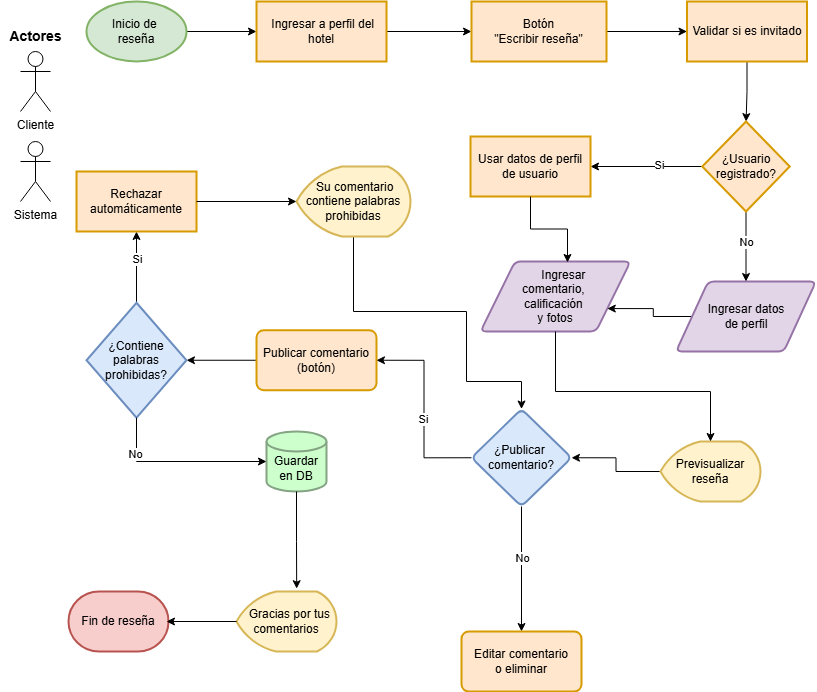
Before: Flujograma de reseñas.png, a diagram exported from draw.io (DjGuetta/App-Hotel-Management). Source tidied: cells renumbered, new cells last; positions are measured from the earlier drawing's top-left corner, leaving out a move shared by most shapes.
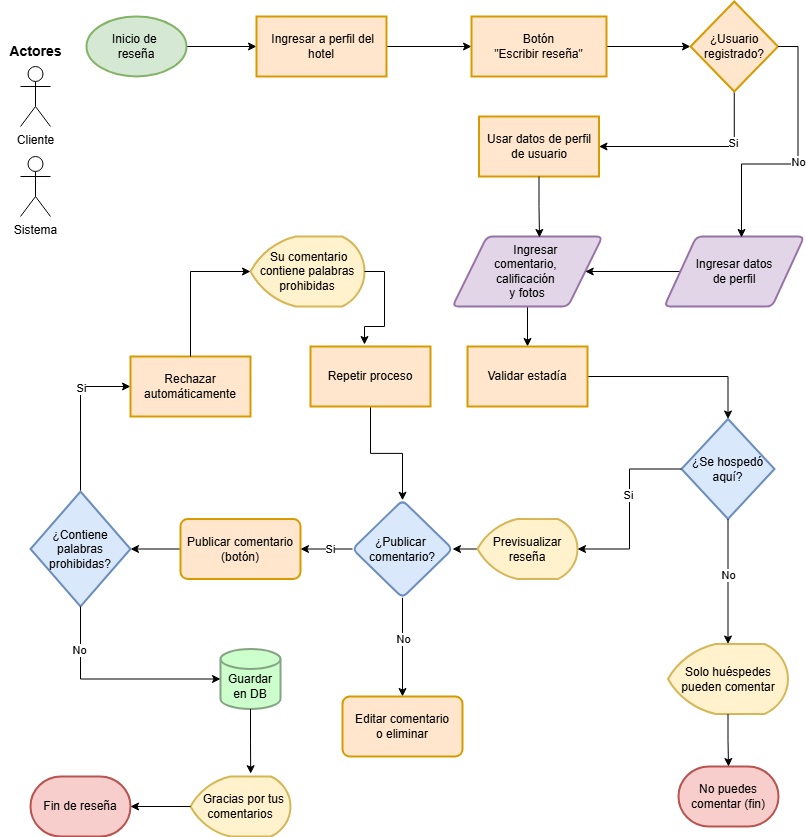
After the commit.

Commit message:
Agregando validación de hospedaje y corrección en palabras prohibidas

Change to the diagram source:
```diff
@@ -14,26 +14,29 @@
     <mxCell id="5" value="&amp;nbsp;Ingresar a perfil del hotel" style="whiteSpace=wrap;html=1;strokeWidth=2;fillColor=#ffe6cc;strokeColor=#d79b00;" parent="1" vertex="1">
       <mxGeometry x="256" width="130" height="60" as="geometry" />
     </mxCell>
-    <mxCell id="6" style="edgeStyle=orthogonalEdgeStyle;rounded=0;jettySize=auto;html=1;" parent="1" edge="1" source="7" target="36">
-      <mxGeometry relative="1" as="geometry" />
-    </mxCell>
+    <mxCell id="48" style="edgeStyle=orthogonalEdgeStyle;rounded=0;jettySize=auto;html=1;exitX=1;exitY=0.5;exitDx=0;exitDy=0;entryX=0;entryY=0.5;entryDx=0;entryDy=0;" parent="1" edge="1" source="7" target="41">
+      <mxGeometry relative="1" as="geometry" />
+    </mxCell>
     <mxCell id="7" value="Botón&lt;div&gt;&quot;Escribir reseña&quot;&lt;/div&gt;" style="whiteSpace=wrap;html=1;strokeWidth=2;fillColor=#ffe6cc;strokeColor=#d79b00;" parent="1" vertex="1">
       <mxGeometry x="471" width="135" height="60" as="geometry" />
     </mxCell>
+    <mxCell id="49" style="edgeStyle=orthogonalEdgeStyle;rounded=0;jettySize=auto;html=1;exitX=0.5;exitY=1;exitDx=0;exitDy=0;entryX=0.5;entryY=0;entryDx=0;entryDy=0;" parent="1" edge="1" source="8" target="54">
+      <mxGeometry relative="1" as="geometry" />
+    </mxCell>
     <mxCell id="8" value="&amp;nbsp; &amp;nbsp; &amp;nbsp; Ingresar&amp;nbsp;&lt;div&gt;comentario,&amp;nbsp;&lt;div&gt;&lt;span style=&quot;background-color: transparent; color: light-dark(rgb(0, 0, 0), rgb(255, 255, 255));&quot;&gt;calificación&amp;nbsp;&lt;/span&gt;&lt;/div&gt;&lt;div&gt;&lt;span style=&quot;background-color: transparent; color: light-dark(rgb(0, 0, 0), rgb(255, 255, 255));&quot;&gt;y fotos&lt;/span&gt;&lt;/div&gt;&lt;/div&gt;" style="shape=parallelogram;html=1;strokeWidth=2;perimeter=parallelogramPerimeter;whiteSpace=wrap;rounded=1;arcSize=12;size=0.23;fillColor=#e1d5e7;strokeColor=#9673a6;" parent="1" vertex="1">
-      <mxGeometry x="480" y="260" width="150" height="70" as="geometry" />
+      <mxGeometry x="452" y="220" width="150" height="70" as="geometry" />
     </mxCell>
-    <mxCell id="9" style="edgeStyle=orthogonalEdgeStyle;rounded=0;jettySize=auto;html=1;exitX=0;exitY=0.5;exitDx=0;exitDy=0;entryX=1;entryY=0.75;entryDx=0;entryDy=0;" parent="1" edge="1" source="10" target="8">
+    <mxCell id="9" style="edgeStyle=orthogonalEdgeStyle;rounded=0;jettySize=auto;html=1;exitX=0;exitY=0.5;exitDx=0;exitDy=0;entryX=1;entryY=0.5;entryDx=0;entryDy=0;" parent="1" edge="1" source="10" target="8">
       <mxGeometry relative="1" as="geometry" />
     </mxCell>
     <mxCell id="10" value="&amp;nbsp;Ingresar datos&amp;nbsp;&lt;div&gt;de perfil&lt;br&gt;&lt;/div&gt;" style="shape=parallelogram;html=1;strokeWidth=2;perimeter=parallelogramPerimeter;whiteSpace=wrap;rounded=1;arcSize=12;size=0.23;fillColor=#e1d5e7;strokeColor=#9673a6;" parent="1" vertex="1">
-      <mxGeometry x="675.5" y="280" width="140" height="70" as="geometry" />
+      <mxGeometry x="663.8" y="220" width="140" height="70" as="geometry" />
     </mxCell>
     <mxCell id="11" style="edgeStyle=orthogonalEdgeStyle;rounded=0;jettySize=auto;html=1;exitX=0;exitY=0.5;exitDx=0;exitDy=0;entryX=1;entryY=0.5;entryDx=0;entryDy=0;" parent="1" edge="1" source="12" target="27">
       <mxGeometry relative="1" as="geometry" />
     </mxCell>
     <mxCell id="12" value="Publicar comentario&lt;div&gt;(botón)&lt;/div&gt;" style="whiteSpace=wrap;html=1;strokeWidth=2;rounded=1;arcSize=12;fillColor=#ffe6cc;strokeColor=#d79b00;" parent="1" vertex="1">
-      <mxGeometry x="256" y="328.8" width="120" height="60" as="geometry" />
+      <mxGeometry x="180" y="502.5" width="120" height="60" as="geometry" />
     </mxCell>
     <mxCell id="13" style="edgeStyle=orthogonalEdgeStyle;rounded=0;jettySize=auto;html=1;exitX=0;exitY=0.5;exitDx=0;exitDy=0;entryX=1;entryY=0.5;entryDx=0;entryDy=0;" parent="1" edge="1" source="17" target="12">
       <mxGeometry relative="1" as="geometry" />
@@ -52,41 +55,36 @@
       </mxGeometry>
     </mxCell>
     <mxCell id="17" value="¿Publicar&amp;nbsp;&lt;div&gt;&lt;span style=&quot;background-color: transparent; color: light-dark(rgb(0, 0, 0), rgb(255, 255, 255));&quot;&gt;comentario?&lt;/span&gt;&lt;/div&gt;" style="rhombus;whiteSpace=wrap;html=1;strokeWidth=2;rounded=1;arcSize=12;fillColor=#dae8fc;strokeColor=#6c8ebf;" parent="1" vertex="1">
-      <mxGeometry x="471" y="407.5" width="100" height="97.5" as="geometry" />
+      <mxGeometry x="352" y="483.8" width="100" height="97.5" as="geometry" />
     </mxCell>
     <mxCell id="18" value="Editar comentario&lt;div&gt;o eliminar&lt;/div&gt;" style="whiteSpace=wrap;html=1;strokeWidth=2;rounded=1;arcSize=12;fillColor=#ffe6cc;strokeColor=#d79b00;" parent="1" vertex="1">
-      <mxGeometry x="461" y="630" width="120" height="60" as="geometry" />
+      <mxGeometry x="342" y="680" width="120" height="60" as="geometry" />
     </mxCell>
     <mxCell id="19" style="edgeStyle=orthogonalEdgeStyle;rounded=0;jettySize=auto;html=1;exitX=0;exitY=0.5;exitDx=0;exitDy=0;exitPerimeter=0;entryX=1;entryY=0.5;entryDx=0;entryDy=0;" parent="1" edge="1" source="20" target="17">
       <mxGeometry relative="1" as="geometry" />
     </mxCell>
     <mxCell id="20" value="Previsualizar&lt;div&gt;reseña&lt;/div&gt;" style="strokeWidth=2;html=1;shape=mxgraph.flowchart.display;whiteSpace=wrap;fillColor=#fff2cc;strokeColor=#d6b656;" parent="1" vertex="1">
-      <mxGeometry x="660" y="440" width="100" height="60" as="geometry" />
+      <mxGeometry x="477" y="502.5" width="100" height="60" as="geometry" />
     </mxCell>
     <mxCell id="21" value="&amp;nbsp; Gracias por tus comentarios" style="strokeWidth=2;html=1;shape=mxgraph.flowchart.display;whiteSpace=wrap;fillColor=#fff2cc;strokeColor=#d6b656;" parent="1" vertex="1">
-      <mxGeometry x="236" y="590" width="100" height="60" as="geometry" />
+      <mxGeometry x="190" y="760" width="100" height="60" as="geometry" />
     </mxCell>
     <mxCell id="22" value="Fin de reseña" style="strokeWidth=2;html=1;shape=mxgraph.flowchart.terminator;whiteSpace=wrap;fillColor=#f8cecc;strokeColor=#b85450;" parent="1" vertex="1">
-      <mxGeometry x="68" y="590" width="100" height="60" as="geometry" />
+      <mxGeometry x="30" y="760" width="100" height="60" as="geometry" />
     </mxCell>
-    <mxCell id="23" style="edgeStyle=orthogonalEdgeStyle;rounded=0;jettySize=auto;html=1;exitX=0;exitY=0.5;exitDx=0;exitDy=0;exitPerimeter=0;entryX=1;entryY=0.5;entryDx=0;entryDy=0;entryPerimeter=0;" parent="1" edge="1" source="21">
-      <mxGeometry relative="1" as="geometry">
-        <mxPoint x="166" y="620" as="targetPoint" />
-      </mxGeometry>
-    </mxCell>
     <mxCell id="24" value="&lt;div&gt;&lt;br&gt;&lt;/div&gt;Guardar&lt;div&gt;en DB&lt;/div&gt;" style="strokeWidth=2;html=1;shape=mxgraph.flowchart.database;whiteSpace=wrap;fillColor=#CCFFCC;strokeColor=#84A484;" parent="1" vertex="1">
-      <mxGeometry x="266" y="430" width="60" height="60" as="geometry" />
+      <mxGeometry x="220" y="632.5" width="60" height="60" as="geometry" />
     </mxCell>
-    <mxCell id="25" style="edgeStyle=orthogonalEdgeStyle;rounded=0;jettySize=auto;html=1;" parent="1" edge="1" source="27" target="30">
+    <mxCell id="25" style="edgeStyle=orthogonalEdgeStyle;rounded=0;jettySize=auto;html=1;entryX=0;entryY=0.5;entryDx=0;entryDy=0;" parent="1" edge="1" source="27" target="30">
       <mxGeometry relative="1" as="geometry" />
     </mxCell>
     <mxCell id="26" value="Si" style="edgeLabel;html=1;align=center;verticalAlign=middle;" parent="25" vertex="1">
       <mxGeometry x="0.22" y="-3" relative="1" as="geometry">
-        <mxPoint x="-3" as="offset" />
+        <mxPoint x="-3" y="-9" as="offset" />
       </mxGeometry>
     </mxCell>
     <mxCell id="27" value="¿Contiene palabras prohibidas?" style="rhombus;whiteSpace=wrap;html=1;fillColor=#dae8fc;strokeColor=#6c8ebf;strokeWidth=2;" parent="1" vertex="1">
-      <mxGeometry x="86" y="301.2" width="100" height="115" as="geometry" />
+      <mxGeometry x="30" y="475" width="100" height="115" as="geometry" />
     </mxCell>
     <mxCell id="28" style="edgeStyle=orthogonalEdgeStyle;rounded=0;jettySize=auto;html=1;exitX=0.5;exitY=1;exitDx=0;exitDy=0;entryX=0;entryY=0.5;entryDx=0;entryDy=0;entryPerimeter=0;" parent="1" edge="1" source="27" target="24">
       <mxGeometry relative="1" as="geometry" />
@@ -97,61 +95,31 @@
       </mxGeometry>
     </mxCell>
     <mxCell id="30" value="Rechazar automáticamente" style="whiteSpace=wrap;html=1;fillColor=#ffe6cc;strokeColor=#d79b00;strokeWidth=2;" parent="1" vertex="1">
-      <mxGeometry x="76" y="170" width="120" height="60" as="geometry" />
+      <mxGeometry x="130" y="340" width="120" height="60" as="geometry" />
     </mxCell>
-    <mxCell id="31" style="edgeStyle=orthogonalEdgeStyle;rounded=0;jettySize=auto;html=1;exitX=0.5;exitY=1;exitDx=0;exitDy=0;exitPerimeter=0;entryX=0.5;entryY=0;entryDx=0;entryDy=0;" parent="1" edge="1" source="32" target="17">
-      <mxGeometry relative="1" as="geometry">
-        <Array as="points">
-          <mxPoint x="353" y="310" />
-          <mxPoint x="466" y="310" />
-          <mxPoint x="466" y="380" />
-          <mxPoint x="521" y="380" />
-        </Array>
-      </mxGeometry>
-    </mxCell>
     <mxCell id="32" value="&amp;nbsp;Su comentario&lt;div&gt;contiene palabras prohibidas&lt;/div&gt;" style="strokeWidth=2;html=1;shape=mxgraph.flowchart.display;whiteSpace=wrap;fillColor=#fff2cc;strokeColor=#d6b656;" parent="1" vertex="1">
-      <mxGeometry x="296" y="165" width="114" height="70" as="geometry" />
+      <mxGeometry x="250" y="220" width="114" height="70" as="geometry" />
     </mxCell>
-    <mxCell id="33" style="edgeStyle=orthogonalEdgeStyle;rounded=0;jettySize=auto;html=1;exitX=1;exitY=0.5;exitDx=0;exitDy=0;entryX=0;entryY=0.5;entryDx=0;entryDy=0;entryPerimeter=0;" parent="1" edge="1" source="30" target="32">
+    <mxCell id="33" style="edgeStyle=orthogonalEdgeStyle;rounded=0;jettySize=auto;html=1;exitX=0.5;exitY=0;exitDx=0;exitDy=0;entryX=0;entryY=0.5;entryDx=0;entryDy=0;entryPerimeter=0;" parent="1" edge="1" source="30" target="32">
       <mxGeometry relative="1" as="geometry" />
     </mxCell>
     <mxCell id="34" style="edgeStyle=orthogonalEdgeStyle;rounded=0;jettySize=auto;html=1;exitX=0.5;exitY=1;exitDx=0;exitDy=0;exitPerimeter=0;entryX=0.602;entryY=-0.047;entryDx=0;entryDy=0;entryPerimeter=0;" parent="1" edge="1" source="24" target="21">
       <mxGeometry relative="1" as="geometry" />
     </mxCell>
-    <mxCell id="35" style="edgeStyle=orthogonalEdgeStyle;rounded=0;jettySize=auto;html=1;" parent="1" edge="1" source="36" target="41">
-      <mxGeometry relative="1" as="geometry" />
-    </mxCell>
-    <mxCell id="36" value="Validar si es invitado" style="whiteSpace=wrap;html=1;fillColor=#ffe6cc;strokeColor=#d79b00;strokeWidth=2;" parent="1" vertex="1">
-      <mxGeometry x="686.5" width="120" height="60" as="geometry" />
-    </mxCell>
-    <mxCell id="37" style="edgeStyle=orthogonalEdgeStyle;rounded=0;jettySize=auto;html=1;exitX=0.5;exitY=1;exitDx=0;exitDy=0;entryX=0.5;entryY=0;entryDx=0;entryDy=0;" parent="1" edge="1" source="41" target="10">
-      <mxGeometry relative="1" as="geometry" />
-    </mxCell>
-    <mxCell id="38" value="No" style="edgeLabel;html=1;align=center;verticalAlign=middle;" parent="37" vertex="1">
-      <mxGeometry x="-0.14" y="1" relative="1" as="geometry">
-        <mxPoint x="-1" as="offset" />
-      </mxGeometry>
-    </mxCell>
-    <mxCell id="39" style="edgeStyle=orthogonalEdgeStyle;rounded=0;jettySize=auto;html=1;" parent="1" edge="1" source="41" target="42">
+    <mxCell id="39" style="edgeStyle=orthogonalEdgeStyle;rounded=0;jettySize=auto;html=1;exitX=0.5;exitY=1;exitDx=0;exitDy=0;entryX=1;entryY=0.5;entryDx=0;entryDy=0;" parent="1" edge="1" source="41" target="42">
       <mxGeometry relative="1" as="geometry" />
     </mxCell>
-    <mxCell id="40" value="Si" style="edgeLabel;html=1;align=center;verticalAlign=middle;" parent="39" vertex="1">
-      <mxGeometry x="-0.22" y="-2" relative="1" as="geometry" />
-    </mxCell>
+    <mxCell id="50" value="Si" style="edgeLabel;html=1;align=center;verticalAlign=middle;" parent="39" vertex="1">
+      <mxGeometry x="-0.43" relative="1" as="geometry">
+        <mxPoint x="-1" y="-2" as="offset" />
+      </mxGeometry>
+    </mxCell>
     <mxCell id="41" value="¿Usuario&lt;div&gt;registrado?&lt;/div&gt;" style="rhombus;whiteSpace=wrap;html=1;fillColor=#ffe6cc;strokeColor=#d79b00;strokeWidth=2;" parent="1" vertex="1">
-      <mxGeometry x="701.8" y="120" width="87.5" height="90" as="geometry" />
+      <mxGeometry x="690" y="-15" width="87.5" height="90" as="geometry" />
     </mxCell>
     <mxCell id="42" value="Usar datos de perfil&lt;div&gt;de usuario&lt;/div&gt;" style="whiteSpace=wrap;html=1;fillColor=#ffe6cc;strokeColor=#d79b00;strokeWidth=2;" parent="1" vertex="1">
-      <mxGeometry x="470" y="135" width="120" height="60" as="geometry" />
+      <mxGeometry x="478.5" y="100" width="120" height="60" as="geometry" />
     </mxCell>
-    <mxCell id="43" style="edgeStyle=orthogonalEdgeStyle;rounded=0;jettySize=auto;html=1;exitX=0.5;exitY=1;exitDx=0;exitDy=0;entryX=0.5;entryY=0;entryDx=0;entryDy=0;entryPerimeter=0;" parent="1" edge="1" source="8" target="20">
-      <mxGeometry relative="1" as="geometry">
-        <Array as="points">
-          <mxPoint x="555" y="390" />
-          <mxPoint x="710" y="390" />
-        </Array>
-      </mxGeometry>
-    </mxCell>
     <mxCell id="44" value="Cliente" style="shape=umlActor;verticalLabelPosition=bottom;verticalAlign=top;html=1;" parent="1" vertex="1">
       <mxGeometry x="20" y="50" width="30" height="60" as="geometry" />
     </mxCell>
@@ -164,5 +132,59 @@
     <mxCell id="47" style="edgeStyle=orthogonalEdgeStyle;rounded=0;jettySize=auto;html=1;exitX=0.5;exitY=1;exitDx=0;exitDy=0;entryX=0.58;entryY=0.014;entryDx=0;entryDy=0;entryPerimeter=0;" parent="1" edge="1" source="42" target="8">
       <mxGeometry relative="1" as="geometry" />
     </mxCell>
+    <mxCell id="51" style="edgeStyle=orthogonalEdgeStyle;rounded=0;jettySize=auto;html=1;exitX=0;exitY=0.5;exitDx=0;exitDy=0;exitPerimeter=0;entryX=1;entryY=0.5;entryDx=0;entryDy=0;entryPerimeter=0;" parent="1" edge="1" source="21" target="22">
+      <mxGeometry relative="1" as="geometry" />
+    </mxCell>
+    <mxCell id="37" style="edgeStyle=orthogonalEdgeStyle;rounded=0;jettySize=auto;html=1;exitX=1;exitY=0.5;exitDx=0;exitDy=0;entryX=0.552;entryY=0.014;entryDx=0;entryDy=0;entryPerimeter=0;" parent="1" edge="1" source="41" target="10">
+      <mxGeometry relative="1" as="geometry" />
+    </mxCell>
+    <mxCell id="52" value="No" style="edgeLabel;html=1;align=center;verticalAlign=middle;" parent="37" vertex="1">
+      <mxGeometry x="0.03" y="2" relative="1" as="geometry">
+        <mxPoint x="-2" y="-2" as="offset" />
+      </mxGeometry>
+    </mxCell>
+    <mxCell id="53" style="edgeStyle=orthogonalEdgeStyle;rounded=0;jettySize=auto;html=1;" parent="1" edge="1" source="54" target="55">
+      <mxGeometry relative="1" as="geometry" />
+    </mxCell>
+    <mxCell id="54" value="Validar estadía" style="whiteSpace=wrap;html=1;fillColor=#ffe6cc;strokeColor=#d79b00;strokeWidth=2;" parent="1" vertex="1">
+      <mxGeometry x="467" y="330" width="120" height="60" as="geometry" />
+    </mxCell>
+    <mxCell id="55" value="¿Se hospedó&lt;div&gt;aquí?&lt;/div&gt;" style="rhombus;whiteSpace=wrap;html=1;fillColor=#dae8fc;strokeColor=#6c8ebf;strokeWidth=2;" parent="1" vertex="1">
+      <mxGeometry x="681" y="402.5" width="93" height="100" as="geometry" />
+    </mxCell>
+    <mxCell id="56" value="Solo huéspedes pueden comentar" style="strokeWidth=2;html=1;shape=mxgraph.flowchart.display;whiteSpace=wrap;fillColor=#fff2cc;strokeColor=#d6b656;" parent="1" vertex="1">
+      <mxGeometry x="667.5" y="627.5" width="120" height="70" as="geometry" />
+    </mxCell>
+    <mxCell id="57" style="edgeStyle=orthogonalEdgeStyle;rounded=0;jettySize=auto;html=1;exitX=0.5;exitY=1;exitDx=0;exitDy=0;entryX=0.5;entryY=0;entryDx=0;entryDy=0;entryPerimeter=0;" parent="1" edge="1" source="55" target="56">
+      <mxGeometry relative="1" as="geometry" />
+    </mxCell>
+    <mxCell id="58" value="No" style="edgeLabel;html=1;align=center;verticalAlign=middle;" parent="57" vertex="1">
+      <mxGeometry x="-0.1" y="2" relative="1" as="geometry">
+        <mxPoint x="-2" as="offset" />
+      </mxGeometry>
+    </mxCell>
+    <mxCell id="59" style="edgeStyle=orthogonalEdgeStyle;rounded=0;jettySize=auto;html=1;exitX=0;exitY=0.5;exitDx=0;exitDy=0;entryX=1;entryY=0.5;entryDx=0;entryDy=0;entryPerimeter=0;" parent="1" edge="1" source="55" target="20">
+      <mxGeometry relative="1" as="geometry" />
+    </mxCell>
+    <mxCell id="60" value="Si" style="edgeLabel;html=1;align=center;verticalAlign=middle;" parent="59" vertex="1">
+      <mxGeometry x="-0.17" y="-2" relative="1" as="geometry">
+        <mxPoint y="2" as="offset" />
+      </mxGeometry>
+    </mxCell>
+    <mxCell id="61" value="No puedes comentar (fin)" style="strokeWidth=2;html=1;shape=mxgraph.flowchart.terminator;whiteSpace=wrap;fillColor=#f8cecc;strokeColor=#b85450;" parent="1" vertex="1">
+      <mxGeometry x="678" y="750" width="100" height="60" as="geometry" />
+    </mxCell>
+    <mxCell id="62" style="edgeStyle=orthogonalEdgeStyle;rounded=0;jettySize=auto;html=1;exitX=0.5;exitY=1;exitDx=0;exitDy=0;exitPerimeter=0;entryX=0.5;entryY=0;entryDx=0;entryDy=0;entryPerimeter=0;" parent="1" edge="1" source="56" target="61">
+      <mxGeometry relative="1" as="geometry" />
+    </mxCell>
+    <mxCell id="63" style="edgeStyle=orthogonalEdgeStyle;rounded=0;jettySize=auto;html=1;exitX=0.5;exitY=1;exitDx=0;exitDy=0;entryX=0.5;entryY=0;entryDx=0;entryDy=0;" parent="1" edge="1" source="64" target="17">
+      <mxGeometry relative="1" as="geometry" />
+    </mxCell>
+    <mxCell id="64" value="Repetir proceso" style="whiteSpace=wrap;html=1;fillColor=#ffe6cc;strokeColor=#d79b00;strokeWidth=2;" parent="1" vertex="1">
+      <mxGeometry x="310" y="330" width="120" height="60" as="geometry" />
+    </mxCell>
+    <mxCell id="65" style="edgeStyle=orthogonalEdgeStyle;rounded=0;jettySize=auto;html=1;exitX=1;exitY=0.5;exitDx=0;exitDy=0;exitPerimeter=0;entryX=0.45;entryY=-0.033;entryDx=0;entryDy=0;entryPerimeter=0;" parent="1" edge="1" source="32" target="64">
+      <mxGeometry relative="1" as="geometry" />
+    </mxCell>
   </root>
 </mxGraphModel>
```
